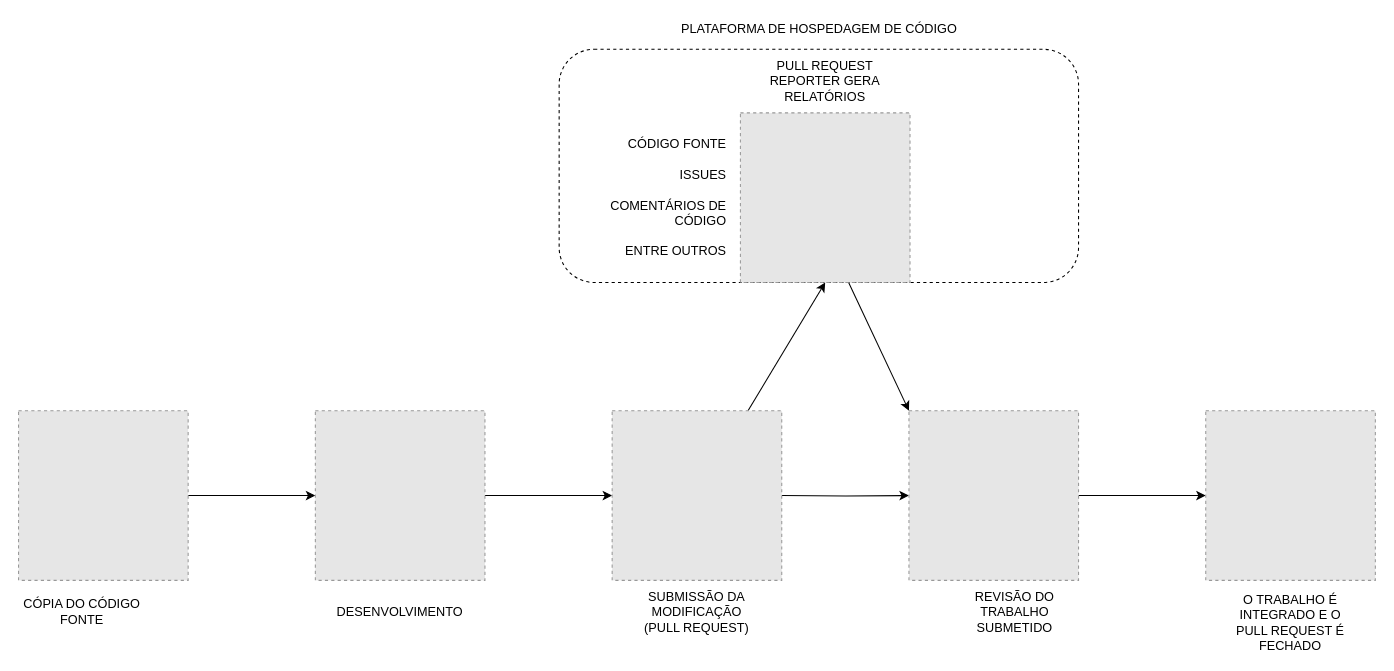
Earlier version of the draw.io diagram processo do pull request reporter.drawio (felipegustavo/mydrawio). Source tidied: cells renumbered, new cells numbered last; positions are measured from the earlier drawing's top-left corner, leaving out a move shared by most shapes. Both pictures are drawn from the tidied source at 106%, with x=0, y=0 at pixel (18, 18). Pictures stored in the file or linked from it are replaced by grey dashed boxes.
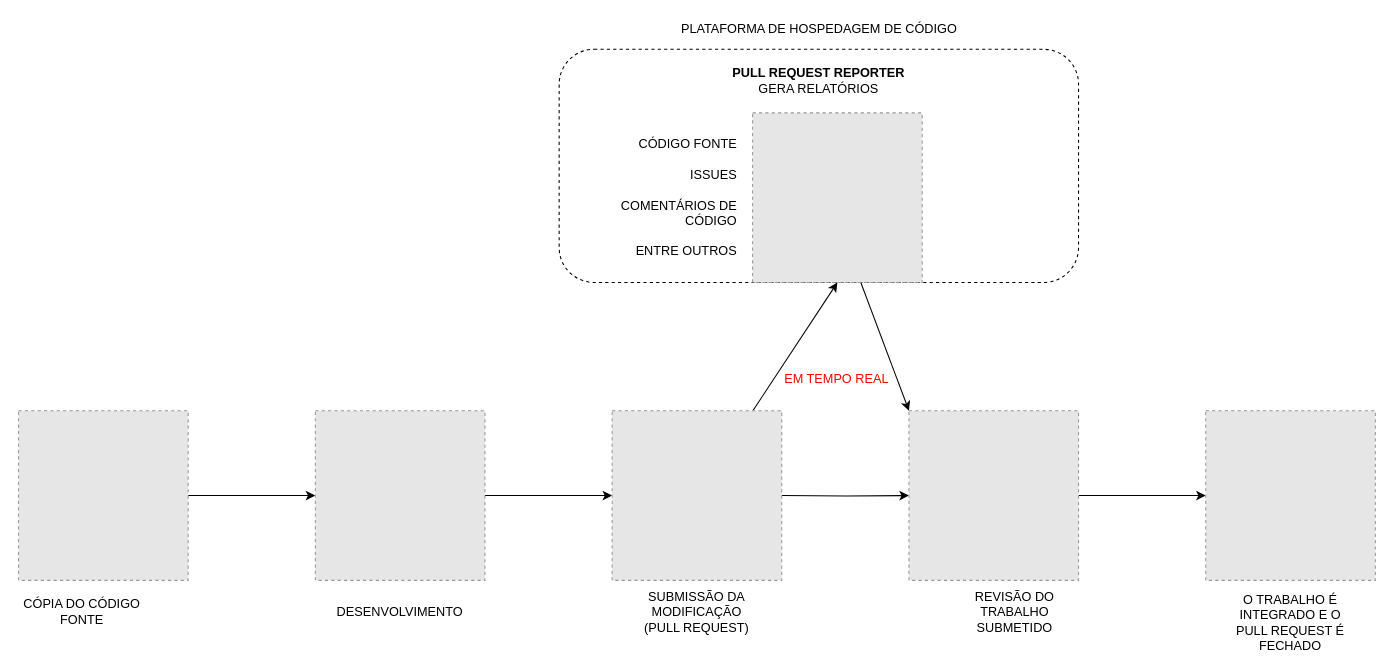
The same diagram, later.

Change to the diagram source:
```diff
@@
-    <mxCell id="18" style="group;" parent="1" vertex="1">
-      <mxGeometry x="510" y="49" width="490" height="200" as="geometry" />
-    </mxCell>
+    <mxCell id="26" value="PLATAFORMA DE HOSPEDAGEM DE CÓDIGO" style="text;html=1;strokeColor=none;fillColor=none;align=center;verticalAlign=middle;whiteSpace=wrap;rounded=0;" parent="1" vertex="1">
+      <mxGeometry x="617.5" width="275" height="20" as="geometry" />
+    </mxCell>
+    <mxCell id="27" value="&lt;font color=&quot;#FF0000&quot;&gt;EM TEMPO REAL&lt;/font&gt;" style="text;html=1;strokeColor=none;fillColor=none;align=center;verticalAlign=middle;whiteSpace=wrap;rounded=0;" parent="1" vertex="1">
+      <mxGeometry x="717" y="330" width="110" height="20" as="geometry" />
+    </mxCell>
-    <mxCell id="19" style="group;dashed=1;" parent="18" vertex="1">
-      <mxGeometry width="490" height="200" as="geometry" />
+    <mxCell id="19" style="group;dashed=1;" parent="1" vertex="1">
+      <mxGeometry x="510" y="49" width="490" height="200" as="geometry" />
     </mxCell>
@@
-    <mxCell id="21" style="group;" parent="19" vertex="1">
-      <mxGeometry x="171" width="320" height="200" as="geometry" />
-    </mxCell>
+    <mxCell id="25" value="&lt;div align=&quot;right&quot;&gt;CÓDIGO FONTE&lt;/div&gt;&lt;div align=&quot;right&quot;&gt;&lt;br&gt;&lt;/div&gt;&lt;div align=&quot;right&quot;&gt;ISSUES&lt;/div&gt;&lt;div align=&quot;right&quot;&gt;&lt;br&gt;&lt;/div&gt;&lt;div align=&quot;right&quot;&gt;COMENTÁRIOS DE CÓDIGO&lt;/div&gt;&lt;div align=&quot;right&quot;&gt;&lt;br&gt;&lt;/div&gt;&lt;div align=&quot;right&quot;&gt;ENTRE OUTROS&lt;br&gt;&lt;/div&gt;" style="text;html=1;fillColor=none;align=right;verticalAlign=middle;whiteSpace=wrap;rounded=0;" parent="19" vertex="1">
+      <mxGeometry x="10" y="40" width="160" height="160" as="geometry" />
+    </mxCell>
+    <mxCell id="24" value="&lt;b&gt;PULL REQUEST REPORTER&lt;/b&gt; GERA RELATÓRIOS" style="text;html=1;fillColor=none;align=center;verticalAlign=middle;whiteSpace=wrap;rounded=0;" parent="19" vertex="1">
+      <mxGeometry x="155" width="180" height="20" as="geometry" />
+    </mxCell>
-    <mxCell id="22" style="group;" parent="21" vertex="1">
-      <mxGeometry width="160" height="200" as="geometry" />
+    <mxCell id="22" style="group;" parent="19" vertex="1">
+      <mxGeometry x="182.5" width="200" height="200" as="geometry" />
     </mxCell>
@@
-    <mxCell id="24" value="PULL REQUEST REPORTER GERA RELATÓRIOS" style="text;html=1;fillColor=none;align=center;verticalAlign=middle;whiteSpace=wrap;rounded=0;" parent="22" vertex="1">
-      <mxGeometry x="20" width="120" height="20" as="geometry" />
-    </mxCell>
-    <mxCell id="25" value="&lt;div align=&quot;right&quot;&gt;CÓDIGO FONTE&lt;/div&gt;&lt;div align=&quot;right&quot;&gt;&lt;br&gt;&lt;/div&gt;&lt;div align=&quot;right&quot;&gt;ISSUES&lt;/div&gt;&lt;div align=&quot;right&quot;&gt;&lt;br&gt;&lt;/div&gt;&lt;div align=&quot;right&quot;&gt;COMENTÁRIOS DE CÓDIGO&lt;/div&gt;&lt;div align=&quot;right&quot;&gt;&lt;br&gt;&lt;/div&gt;&lt;div align=&quot;right&quot;&gt;ENTRE OUTROS&lt;br&gt;&lt;/div&gt;" style="text;html=1;fillColor=none;align=right;verticalAlign=middle;whiteSpace=wrap;rounded=0;" parent="19" vertex="1">
-      <mxGeometry y="40" width="160" height="160" as="geometry" />
-    </mxCell>
-    <mxCell id="26" value="PLATAFORMA DE HOSPEDAGEM DE CÓDIGO" style="text;html=1;strokeColor=none;fillColor=none;align=center;verticalAlign=middle;whiteSpace=wrap;rounded=0;" parent="1" vertex="1">
-      <mxGeometry x="617.5" width="275" height="20" as="geometry" />
-    </mxCell>
```
